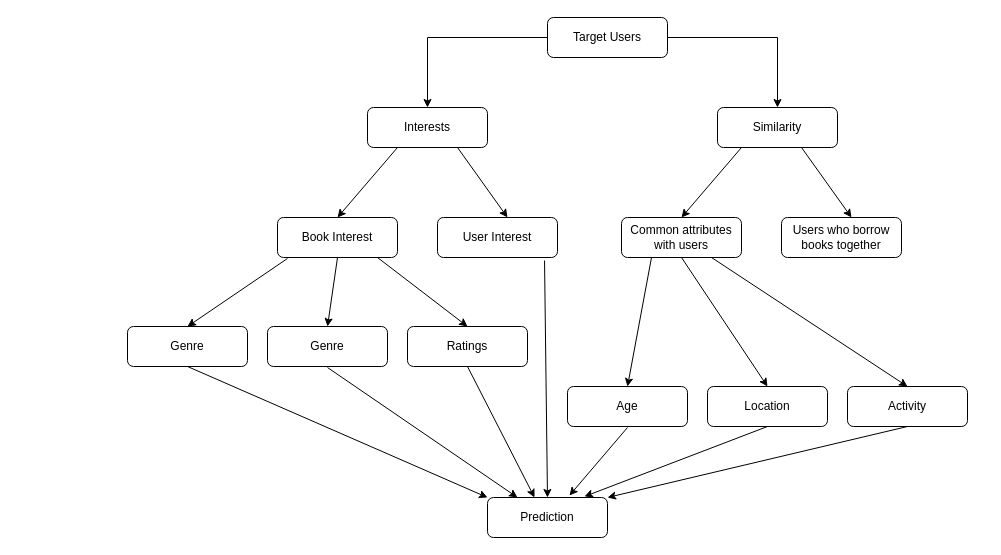
This is Untitled Diagram.drawio from JoshiPrabin/Diagrams, a draw.io file, before an edit. Source tidied: cells renumbered, new cells numbered last; positions are measured from the earlier drawing's top-left corner, leaving out a move shared by most shapes. Both pictures are drawn from the tidied source at 100%, with x=0, y=0 at pixel (127, 17).
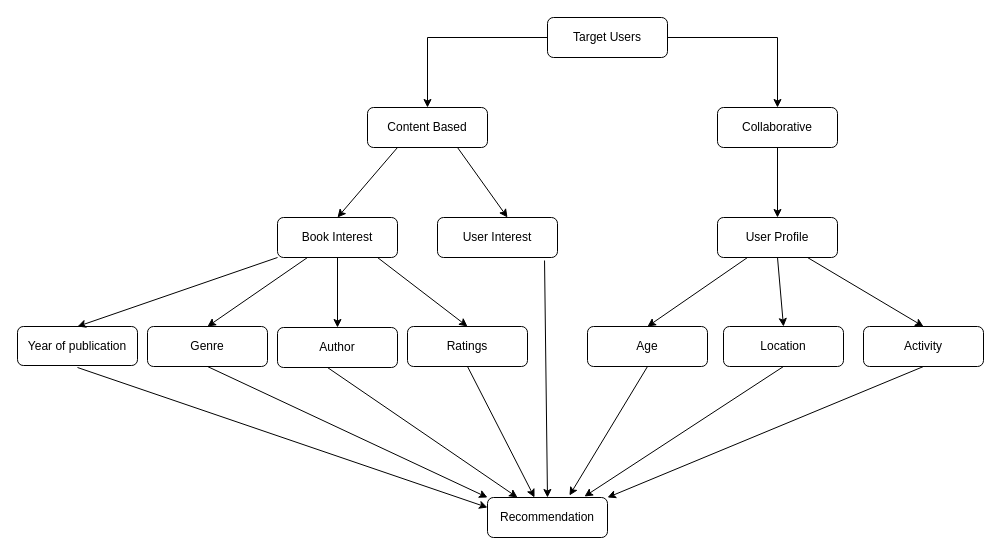
Above is the later version.

Commit message:
System_Block Diagram.drawio

Unchanged cells that the change refers to:
```xml
<mxCell id="8" value="Book Interest" style="rounded=1;whiteSpace=wrap;html=1;" parent="1" vertex="1">
  <mxGeometry x="150" y="200" width="120" height="40" as="geometry" />
</mxCell>
```

The edit, as a diff of the source:
```diff
@@
-    <mxCell id="4" value="Interests" style="rounded=1;whiteSpace=wrap;html=1;fontSize=12;glass=0;strokeWidth=1;shadow=0;" parent="1" vertex="1">
+    <mxCell id="4" value="Content Based" style="rounded=1;whiteSpace=wrap;html=1;fontSize=12;glass=0;strokeWidth=1;shadow=0;" parent="1" vertex="1">
       <mxGeometry x="240" y="90" width="120" height="40" as="geometry" />
     </mxCell>
-    <mxCell id="5" value="Similarity" style="rounded=1;whiteSpace=wrap;html=1;fontSize=12;glass=0;strokeWidth=1;shadow=0;" parent="1" vertex="1">
+    <mxCell id="5" value="Collaborative" style="rounded=1;whiteSpace=wrap;html=1;fontSize=12;glass=0;strokeWidth=1;shadow=0;" parent="1" vertex="1">
       <mxGeometry x="590" y="90" width="120" height="40" as="geometry" />
     </mxCell>
@@
-    <mxCell id="11" style="endArrow=classic;html=1;rounded=0;exitX=0.25;exitY=1;exitDx=0;exitDy=0;entryX=0.5;entryY=0;entryDx=0;entryDy=0;" parent="1" edge="1" target="12">
-      <mxGeometry relative="1" as="geometry">
-        <mxPoint x="614" y="130" as="sourcePoint" />
-      </mxGeometry>
+    <mxCell id="11" style="endArrow=classic;html=1;rounded=0;exitX=0.5;exitY=1;exitDx=0;exitDy=0;entryX=0.5;entryY=0;entryDx=0;entryDy=0;" parent="1" edge="1" source="5" target="12">
+      <mxGeometry relative="1" as="geometry" />
     </mxCell>
-    <mxCell id="12" value="Common attributes with users" style="rounded=1;whiteSpace=wrap;html=1;" parent="1" vertex="1">
-      <mxGeometry x="494" y="200" width="120" height="40" as="geometry" />
+    <mxCell id="12" value="User Profile" style="rounded=1;whiteSpace=wrap;html=1;" parent="1" vertex="1">
+      <mxGeometry x="590" y="200" width="120" height="40" as="geometry" />
     </mxCell>
-    <mxCell id="13" style="endArrow=classic;html=1;rounded=0;exitX=0.75;exitY=1;exitDx=0;exitDy=0;" parent="1" edge="1">
-      <mxGeometry relative="1" as="geometry">
-        <mxPoint x="674" y="130" as="sourcePoint" />
-        <mxPoint x="724" y="200" as="targetPoint" />
-      </mxGeometry>
-    </mxCell>
-    <mxCell id="14" value="Users who borrow books together" style="rounded=1;whiteSpace=wrap;html=1;" parent="1" vertex="1">
-      <mxGeometry x="654" y="200" width="120" height="40" as="geometry" />
-    </mxCell>
-    <mxCell id="15" style="endArrow=classic;html=1;rounded=0;exitX=0.083;exitY=1.025;exitDx=0;exitDy=0;exitPerimeter=0;entryX=0.5;entryY=0;entryDx=0;entryDy=0;" parent="1" edge="1" source="8" target="16">
+    <mxCell id="15" style="endArrow=classic;html=1;rounded=0;exitX=0.25;exitY=1;exitDx=0;exitDy=0;entryX=0.5;entryY=0;entryDx=0;entryDy=0;" parent="1" edge="1" source="8" target="16">
       <mxGeometry relative="1" as="geometry" />
     </mxCell>
     <mxCell id="16" value="Genre" style="rounded=1;whiteSpace=wrap;html=1;" parent="1" vertex="1">
-      <mxGeometry y="309" width="120" height="40" as="geometry" />
+      <mxGeometry x="20" y="309" width="120" height="40" as="geometry" />
     </mxCell>
@@
-    <mxCell id="18" value="Genre" style="rounded=1;whiteSpace=wrap;html=1;" parent="1" vertex="1">
-      <mxGeometry x="140" y="309" width="120" height="40" as="geometry" />
+    <mxCell id="18" value="Author" style="rounded=1;whiteSpace=wrap;html=1;" parent="1" vertex="1">
+      <mxGeometry x="150" y="310" width="120" height="40" as="geometry" />
     </mxCell>
@@
     <mxCell id="22" value="Age" style="rounded=1;whiteSpace=wrap;html=1;" parent="1" vertex="1">
-      <mxGeometry x="440" y="369" width="120" height="40" as="geometry" />
+      <mxGeometry x="460" y="309" width="120" height="40" as="geometry" />
     </mxCell>
@@
     <mxCell id="24" value="Location" style="rounded=1;whiteSpace=wrap;html=1;" parent="1" vertex="1">
-      <mxGeometry x="580" y="369" width="120" height="40" as="geometry" />
+      <mxGeometry x="596" y="309" width="120" height="40" as="geometry" />
     </mxCell>
@@
     <mxCell id="26" value="Activity" style="rounded=1;whiteSpace=wrap;html=1;" parent="1" vertex="1">
-      <mxGeometry x="720" y="369" width="120" height="40" as="geometry" />
+      <mxGeometry x="736" y="309" width="120" height="40" as="geometry" />
     </mxCell>
-    <mxCell id="27" value="Prediction" style="rounded=1;whiteSpace=wrap;html=1;" parent="1" vertex="1">
+    <mxCell id="27" value="Recommendation" style="rounded=1;whiteSpace=wrap;html=1;" parent="1" vertex="1">
       <mxGeometry x="360" y="480" width="120" height="40" as="geometry" />
     </mxCell>
@@
-    <mxCell id="32" style="endArrow=classic;html=1;rounded=0;entryX=0.683;entryY=-0.05;entryDx=0;entryDy=0;entryPerimeter=0;" parent="1" edge="1" target="27">
-      <mxGeometry relative="1" as="geometry">
-        <mxPoint x="500" y="410" as="sourcePoint" />
-      </mxGeometry>
+    <mxCell id="32" style="endArrow=classic;html=1;rounded=0;entryX=0.683;entryY=-0.05;entryDx=0;entryDy=0;entryPerimeter=0;exitX=0.5;exitY=1;exitDx=0;exitDy=0;" parent="1" edge="1" source="22" target="27">
+      <mxGeometry relative="1" as="geometry" />
     </mxCell>
@@
+    <mxCell id="35" value="Year of publication" style="rounded=1;whiteSpace=wrap;html=1;" parent="1" vertex="1">
+      <mxGeometry x="-110" y="309" width="120" height="39" as="geometry" />
+    </mxCell>
+    <mxCell id="36" style="endArrow=classic;html=1;rounded=0;entryX=0.5;entryY=0;entryDx=0;entryDy=0;" parent="1" edge="1" target="35">
+      <mxGeometry relative="1" as="geometry">
+        <mxPoint x="150" y="240" as="sourcePoint" />
+      </mxGeometry>
+    </mxCell>
+    <mxCell id="37" style="endArrow=classic;html=1;rounded=0;entryX=0;entryY=0.25;entryDx=0;entryDy=0;" parent="1" edge="1" target="27">
+      <mxGeometry relative="1" as="geometry">
+        <mxPoint x="-50" y="350" as="sourcePoint" />
+        <Array as="points">
+          <mxPoint x="-50" y="350" />
+        </Array>
+      </mxGeometry>
+    </mxCell>
```
